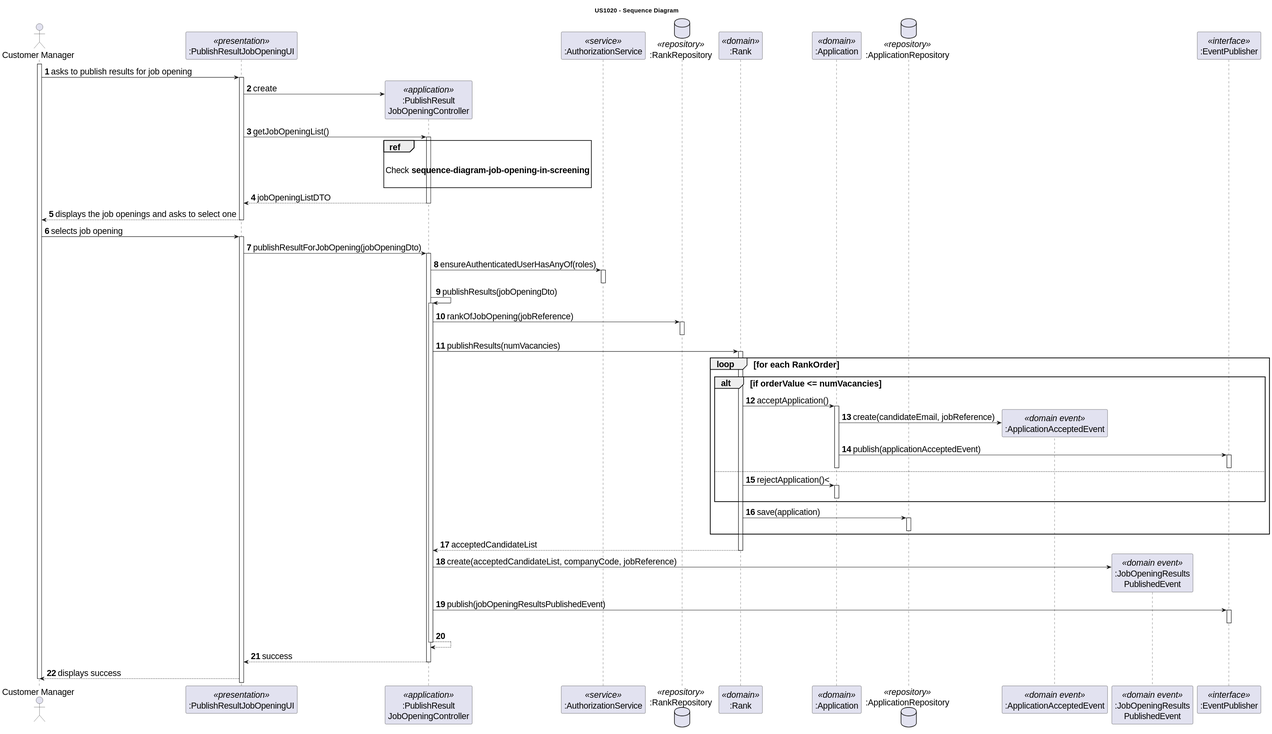
Earlier version of the PlantUML export docs/sprint-c/us_1020/design-diagrams/sequence-diagram.svg (rita-barbosa/LAPR4-2324). Its diagram source:
```plantuml
@startuml
skinparamlocked defaultFontSize 20

title US1020 - Sequence Diagram

autonumber

actor "Customer Manager" as USER
participant ":PublishResultJobOpeningUI" as UI <<presentation>>
participant ":PublishResult\nJobOpeningController" as CTRL <<application>>
participant ":AuthorizationService" as AUTHZ <<service>>
database ":RankRepository" as R_REPO <<repository>>
participant ":Rank" as R <<domain>>
participant ":Application" as A <<domain>>
database ":ApplicationRepository" as A_REPO <<repository>>
participant ":ApplicationAcceptedEvent" as NAAE <<domain event>>
participant ":JobOpeningResults\nPublishedEvent" as JORPE <<domain event>>
participant ":EventPublisher" as EP <<interface>>


activate USER

USER -> UI : asks to publish results for job opening
activate UI

UI -> CTRL**: create

UI -> CTRL : getJobOpeningList()
activate CTRL

ref over CTRL

Check **sequence-diagram-job-opening-in-screening**

end ref

CTRL --> UI: jobOpeningListDTO
deactivate CTRL

UI --> USER : displays the job openings and asks to select one
deactivate UI


USER -> UI : selects job opening
activate UI

    UI -> CTRL: publishResultForJobOpening(jobOpeningDto)
    activate CTRL

    CTRL -> AUTHZ:  ensureAuthenticatedUserHasAnyOf(roles)
    activate AUTHZ
    deactivate AUTHZ

    CTRL -> CTRL : publishResults(jobOpeningDto)
    activate CTRL

        CTRL -> R_REPO: rankOfJobOpening(jobReference)
        activate R_REPO
        deactivate R_REPO

        CTRL -> R: publishResults(numVacancies)
        activate R

            loop for each RankOrder

                alt if orderValue <= numVacancies
                    R -> A : acceptApplication()
                    activate A


                    A -> NAAE**: create(candidateEmail, jobReference)
                    A -> EP: publish(applicationAcceptedEvent)
                    activate EP
                    deactivate EP

                    deactivate A

                else
                    R-> A: rejectApplication()<
                    activate A
                    deactivate A
                end alt

                R -> A_REPO: save(application)
                activate A_REPO
                deactivate A_REPO

            end loop
        R --> CTRL: acceptedCandidateList
        deactivate R

    CTRL-> JORPE**: create(acceptedCandidateList, companyCode, jobReference)
    CTRL -> EP: publish(jobOpeningResultsPublishedEvent)
    activate EP
    deactivate EP


    CTRL --> CTRL:
    deactivate CTRL

CTRL --> UI: success
deactivate CTRL

UI --> USER: displays success

deactivate USER
@enduml
```
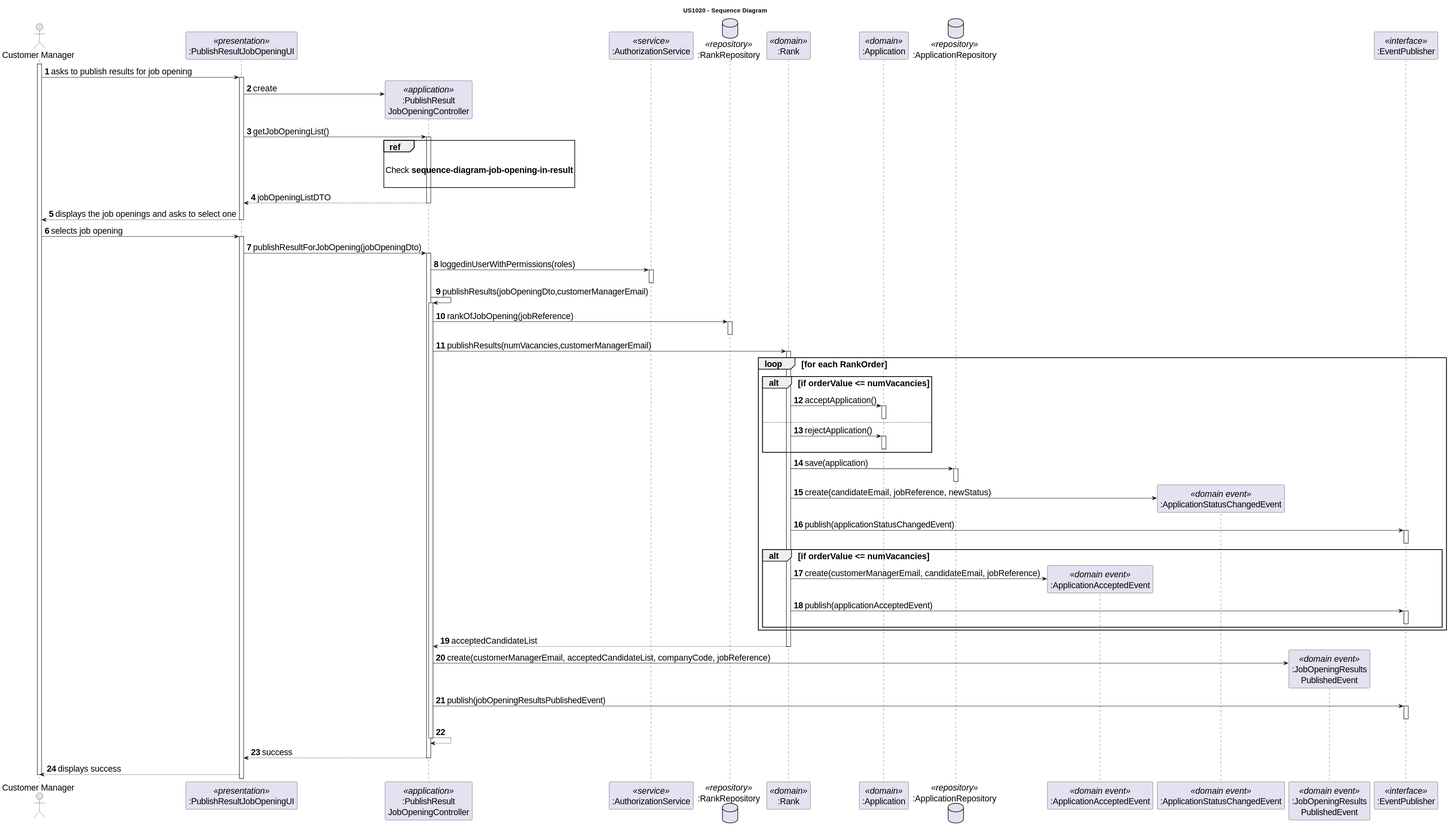
After the change.

Commit message:
docs: updates sequence diagrams of us1020. [#178]

Change to the diagram source:
```diff
@@ -14,6 +14,7 @@
 participant ":Application" as A <<domain>>
 database ":ApplicationRepository" as A_REPO <<repository>>
 participant ":ApplicationAcceptedEvent" as NAAE <<domain event>>
+participant ":ApplicationStatusChangedEvent" as ASCE <<domain event>>
 participant ":JobOpeningResults\nPublishedEvent" as JORPE <<domain event>>
 participant ":EventPublisher" as EP <<interface>>
 
@@ -30,7 +31,7 @@
 
 ref over CTRL
 
-Check **sequence-diagram-job-opening-in-screening**
+Check **sequence-diagram-job-opening-in-result**
 
 end ref
 
@@ -47,18 +48,18 @@
     UI -> CTRL: publishResultForJobOpening(jobOpeningDto)
     activate CTRL
 
-    CTRL -> AUTHZ:  ensureAuthenticatedUserHasAnyOf(roles)
+    CTRL -> AUTHZ:  loggedinUserWithPermissions(roles)
     activate AUTHZ
     deactivate AUTHZ
 
-    CTRL -> CTRL : publishResults(jobOpeningDto)
+    CTRL -> CTRL : publishResults(jobOpeningDto,customerManagerEmail)
     activate CTRL
 
         CTRL -> R_REPO: rankOfJobOpening(jobReference)
         activate R_REPO
         deactivate R_REPO
 
-        CTRL -> R: publishResults(numVacancies)
+        CTRL -> R: publishResults(numVacancies,customerManagerEmail)
         activate R
 
             loop for each RankOrder
@@ -66,17 +67,10 @@
                 alt if orderValue <= numVacancies
                     R -> A : acceptApplication()
                     activate A
-
-
-                    A -> NAAE**: create(candidateEmail, jobReference)
-                    A -> EP: publish(applicationAcceptedEvent)
-                    activate EP
-                    deactivate EP
-
                     deactivate A
 
                 else
-                    R-> A: rejectApplication()<
+                    R-> A: rejectApplication()
                     activate A
                     deactivate A
                 end alt
@@ -85,11 +79,24 @@
                 activate A_REPO
                 deactivate A_REPO
 
+                R -> ASCE** : create(candidateEmail, jobReference, newStatus)
+                R-> EP: publish(applicationStatusChangedEvent)
+                activate EP
+                deactivate EP
+
+                alt if orderValue <= numVacancies
+                    R -> NAAE**: create(customerManagerEmail, candidateEmail, jobReference)
+                    R -> EP: publish(applicationAcceptedEvent)
+                    activate EP
+                    deactivate EP
+                end alt
+
+
             end loop
         R --> CTRL: acceptedCandidateList
         deactivate R
 
-    CTRL-> JORPE**: create(acceptedCandidateList, companyCode, jobReference)
+    CTRL-> JORPE**: create(customerManagerEmail, acceptedCandidateList, companyCode, jobReference)
     CTRL -> EP: publish(jobOpeningResultsPublishedEvent)
     activate EP
     deactivate EP
```
